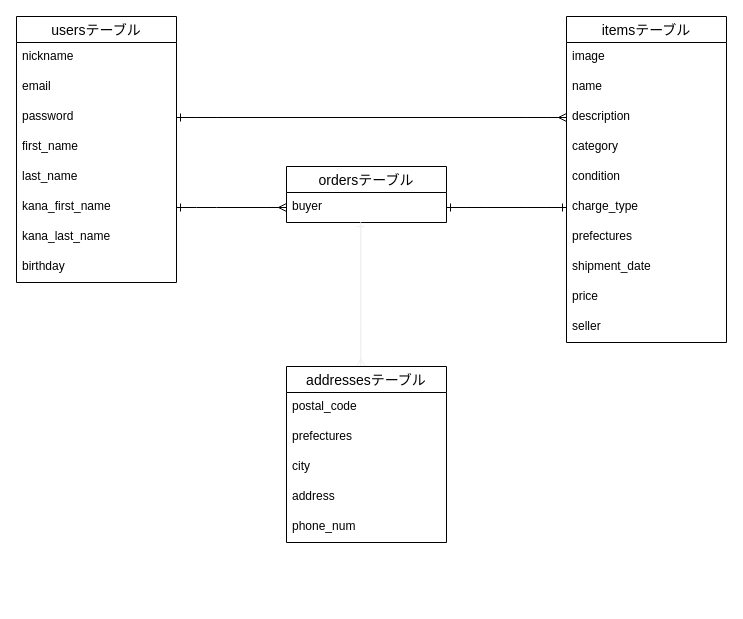
Before: ER1.dio in RuutoRuuto/furima-31512, a draw.io diagram. Source tidied: cells renumbered, new cells numbered last; positions are measured from the earlier drawing's top-left corner, leaving out a move shared by most shapes. Both pictures are drawn from the tidied source at 100%, with x=0, y=0 at pixel (16, 16).
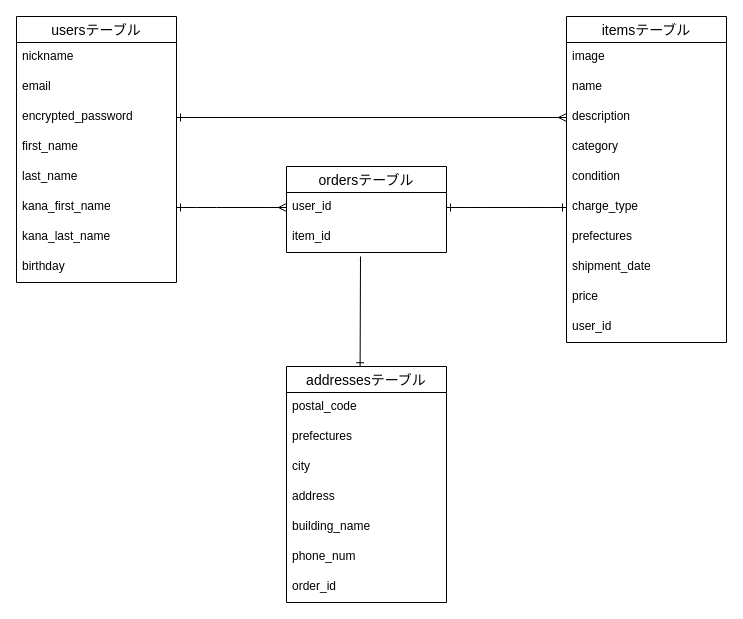
The same page after the edit.

The change refers to these unchanged cells:
```xml
<mxCell id="2" value="usersテーブル" style="swimlane;fontStyle=0;horizontal=1;startSize=26;align=center;fontSize=14;" parent="1" vertex="1">
  <mxGeometry width="160" height="266" as="geometry" />
</mxCell>
<mxCell id="11" value="itemsテーブル" style="swimlane;fontStyle=0;horizontal=1;startSize=26;align=center;fontSize=14;" parent="1" vertex="1">
  <mxGeometry x="550" width="160" height="326" as="geometry" />
</mxCell>
```

Diff of the diagram source:
```diff
@@
-    <mxCell id="5" value="password" style="text;strokeColor=none;fillColor=none;spacingLeft=4;spacingRight=4;overflow=hidden;points=[[0,0.5],[1,0.5]];portConstraint=eastwest;fontSize=12;" parent="2" vertex="1">
+    <mxCell id="5" value="encrypted_password" style="text;strokeColor=none;fillColor=none;spacingLeft=4;spacingRight=4;overflow=hidden;points=[[0,0.5],[1,0.5]];portConstraint=eastwest;fontSize=12;" parent="2" vertex="1">
       <mxGeometry y="86" width="160" height="30" as="geometry" />
     </mxCell>
@@
-    <mxCell id="21" value="seller" style="text;strokeColor=none;fillColor=none;spacingLeft=4;spacingRight=4;overflow=hidden;fontSize=12;" parent="11" vertex="1">
+    <mxCell id="21" value="user_id" style="text;strokeColor=none;fillColor=none;spacingLeft=4;spacingRight=4;overflow=hidden;fontSize=12;" parent="11" vertex="1">
       <mxGeometry y="296" width="160" height="30" as="geometry" />
     </mxCell>
     <mxCell id="22" value="ordersテーブル" style="swimlane;fontStyle=0;horizontal=1;startSize=26;align=center;fontSize=14;" parent="1" vertex="1">
-      <mxGeometry x="270" y="150" width="160" height="56" as="geometry" />
+      <mxGeometry x="270" y="150" width="160" height="86" as="geometry" />
     </mxCell>
-    <mxCell id="23" value="buyer" style="text;strokeColor=none;fillColor=none;spacingLeft=4;spacingRight=4;overflow=hidden;points=[[0,0.5],[1,0.5]];portConstraint=eastwest;fontSize=12;" parent="22" vertex="1">
+    <mxCell id="23" value="user_id" style="text;strokeColor=none;fillColor=none;spacingLeft=4;spacingRight=4;overflow=hidden;points=[[0,0.5],[1,0.5]];portConstraint=eastwest;fontSize=12;" parent="22" vertex="1">
       <mxGeometry y="26" width="160" height="30" as="geometry" />
     </mxCell>
+    <mxCell id="38" value="item_id" style="text;strokeColor=none;fillColor=none;spacingLeft=4;spacingRight=4;overflow=hidden;fontSize=12;" parent="22" vertex="1">
+      <mxGeometry y="56" width="160" height="30" as="geometry" />
+    </mxCell>
-    <mxCell id="24" style="edgeStyle=orthogonalEdgeStyle;fontSize=11;html=1;endArrow=ERone;endFill=1;fontFamily=Helvetica;fontColor=#f0f0f0;align=center;strokeColor=#f0f0f0;" parent="1" edge="1" source="26">
+    <mxCell id="24" style="fontSize=11;html=1;endArrow=ERone;endFill=1;fontFamily=Helvetica;fontColor=#f0f0f0;align=center;strokeColor=#f0f0f0;" parent="1" edge="1">
       <mxGeometry relative="1" as="geometry">
-        <mxPoint x="344" y="206" as="targetPoint" />
-        <Array as="points">
-          <mxPoint x="344" y="320" />
-          <mxPoint x="344" y="320" />
-        </Array>
+        <mxPoint x="344" y="350" as="sourcePoint" />
+        <mxPoint x="344" y="240" as="targetPoint" />
       </mxGeometry>
     </mxCell>
-    <mxCell id="25" style="edgeStyle=orthogonalEdgeStyle;fontSize=11;html=1;endArrow=ERmany;fontFamily=Helvetica;fontColor=#f0f0f0;align=center;endFill=1;strokeColor=#f0f0f0;exitX=0.465;exitY=1.004;exitDx=0;exitDy=0;exitPerimeter=0;" parent="1" edge="1" source="23" target="26">
-      <mxGeometry relative="1" as="geometry">
-        <Array as="points">
-          <mxPoint x="344" y="270" />
-          <mxPoint x="344" y="270" />
-        </Array>
-      </mxGeometry>
-    </mxCell>
     <mxCell id="26" value="addressesテーブル" style="swimlane;fontStyle=0;horizontal=1;startSize=26;align=center;fontSize=14;" parent="1" vertex="1">
-      <mxGeometry x="270" y="350" width="160" height="176" as="geometry" />
+      <mxGeometry x="270" y="350" width="160" height="236" as="geometry" />
     </mxCell>
@@
+    <mxCell id="39" value="building_name" style="text;strokeColor=none;fillColor=none;spacingLeft=4;spacingRight=4;overflow=hidden;fontSize=12;" parent="26" vertex="1">
+      <mxGeometry y="146" width="160" height="30" as="geometry" />
+    </mxCell>
     <mxCell id="31" value="phone_num" style="text;strokeColor=none;fillColor=none;spacingLeft=4;spacingRight=4;overflow=hidden;fontSize=12;" parent="26" vertex="1">
-      <mxGeometry y="146" width="160" height="30" as="geometry" />
+      <mxGeometry y="176" width="160" height="30" as="geometry" />
     </mxCell>
+    <mxCell id="40" value="order_id" style="text;strokeColor=none;fillColor=none;spacingLeft=4;spacingRight=4;overflow=hidden;fontSize=12;" parent="26" vertex="1">
+      <mxGeometry y="206" width="160" height="30" as="geometry" />
+    </mxCell>
@@
+    <mxCell id="41" style="fontSize=12;html=1;endArrow=ERone;endFill=1;entryX=0.46;entryY=0.001;entryDx=0;entryDy=0;entryPerimeter=0;" parent="1" edge="1" target="26">
+      <mxGeometry relative="1" as="geometry">
+        <mxPoint x="344" y="240" as="sourcePoint" />
+      </mxGeometry>
+    </mxCell>
```
